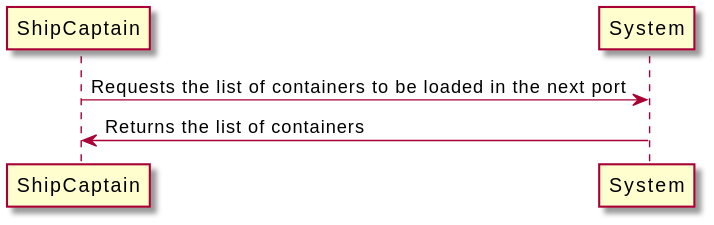
The PlantUML diagram docs/Sprint 2/US205/US205_SSD.svg in RuiRioPina/CargoMaster, before a commit. Source of this version:
```plantuml
@startuml
ShipCaptain -> System: Requests the list of containers to be loaded in the next port
System -> ShipCaptain: Returns the list of containers
@enduml
```
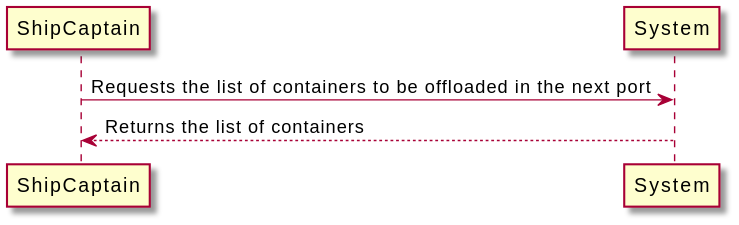
Above is the later version.

Commit message:
<G76-99> #time 1h  #comment US206 System Sequence Diagram and Domain Model Excerpt

The edit, as a diff of the source:
```diff
@@ -1,4 +1,4 @@
 @startuml
-ShipCaptain -> System: Requests the list of containers to be loaded in the next port
-System -> ShipCaptain: Returns the list of containers
+ShipCaptain -> System: Requests the list of containers to be offloaded in the next port
+System --> ShipCaptain: Returns the list of containers
 @enduml
```
